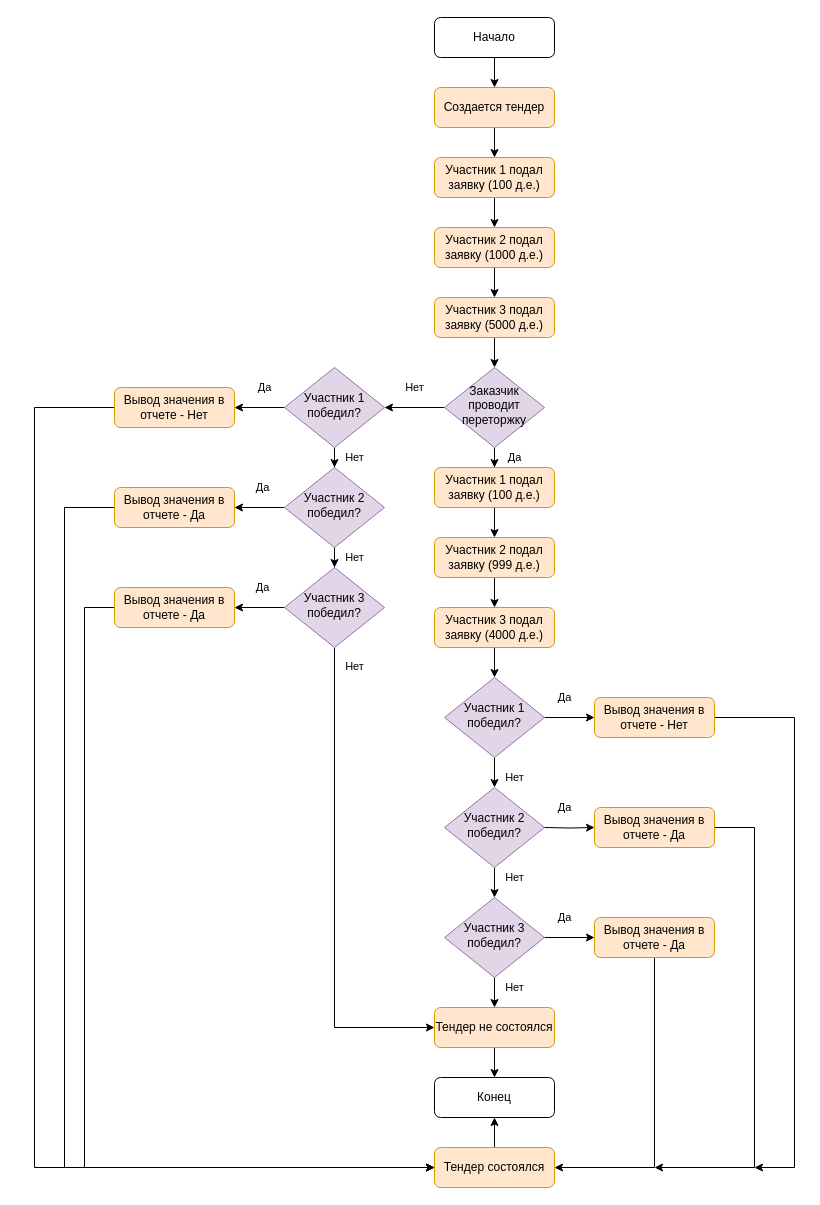
Before: Отчет с не наименьшей ценой.drawio in ru1svasin/ru1svasin, a draw.io diagram. Source tidied: cells renumbered, new cells numbered last; positions are measured from the earlier drawing's top-left corner, leaving out a move shared by most shapes. Both pictures are drawn from the tidied source at 100%, with x=0, y=0 at pixel (34, 17).
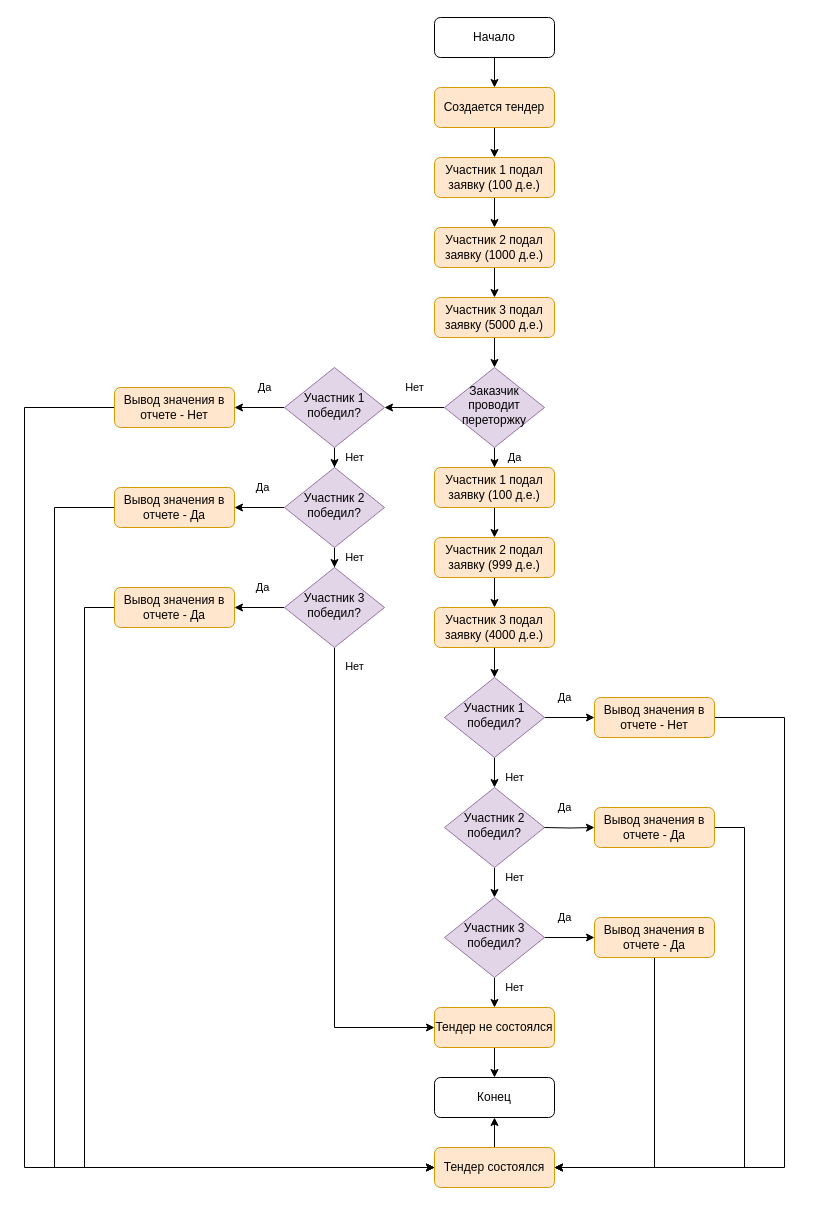
The same diagram, later.

Unchanged cells that the change refers to:
```xml
<mxCell id="33" value="Вывод значения в отчете - Нет" style="rounded=1;whiteSpace=wrap;html=1;fontSize=12;glass=0;strokeWidth=1;shadow=0;fillColor=#ffe6cc;strokeColor=#d79b00;" parent="1" vertex="1">
  <mxGeometry x="560" y="680" width="120" height="40" as="geometry" />
</mxCell>
<mxCell id="36" value="Вывод значения в отчете - Да" style="rounded=1;whiteSpace=wrap;html=1;fontSize=12;glass=0;strokeWidth=1;shadow=0;fillColor=#ffe6cc;strokeColor=#d79b00;" parent="1" vertex="1">
  <mxGeometry x="560" y="790" width="120" height="40" as="geometry" />
</mxCell>
<mxCell id="40" value="Тендер состоялся" style="rounded=1;whiteSpace=wrap;html=1;fontSize=12;glass=0;strokeWidth=1;shadow=0;fillColor=#ffe6cc;strokeColor=#d79b00;" parent="1" vertex="1">
  <mxGeometry x="400" y="1130" width="120" height="40" as="geometry" />
</mxCell>
<mxCell id="53" value="Вывод значения в отчете - Нет" style="rounded=1;whiteSpace=wrap;html=1;fontSize=12;glass=0;strokeWidth=1;shadow=0;fillColor=#ffe6cc;strokeColor=#d79b00;" parent="1" vertex="1">
  <mxGeometry x="80" y="370" width="120" height="40" as="geometry" />
</mxCell>
<mxCell id="55" value="Вывод значения в отчете - Да" style="rounded=1;whiteSpace=wrap;html=1;fontSize=12;glass=0;strokeWidth=1;shadow=0;fillColor=#ffe6cc;strokeColor=#d79b00;" parent="1" vertex="1">
  <mxGeometry x="80" y="470" width="120" height="40" as="geometry" />
</mxCell>
```

What changed in the source:
```diff
@@
-    <mxCell id="32" style="edgeStyle=orthogonalEdgeStyle;rounded=0;jettySize=auto;html=1;" parent="1" edge="1" source="33">
-      <mxGeometry relative="1" as="geometry">
-        <mxPoint x="720" y="1150" as="targetPoint" />
-        <Array as="points">
-          <mxPoint x="760" y="700" />
-          <mxPoint x="760" y="1150" />
-        </Array>
-      </mxGeometry>
-    </mxCell>
+    <mxCell id="56" style="edgeStyle=orthogonalEdgeStyle;rounded=0;jettySize=auto;html=1;entryX=1;entryY=0.5;entryDx=0;entryDy=0;" parent="1" edge="1" source="33" target="40">
+      <mxGeometry relative="1" as="geometry">
+        <Array as="points">
+          <mxPoint x="750" y="700" />
+          <mxPoint x="750" y="1150" />
+        </Array>
+      </mxGeometry>
+    </mxCell>
@@
-    <mxCell id="35" style="edgeStyle=orthogonalEdgeStyle;rounded=0;jettySize=auto;html=1;" parent="1" edge="1" source="36">
-      <mxGeometry relative="1" as="geometry">
-        <mxPoint x="620" y="1150" as="targetPoint" />
-        <Array as="points">
-          <mxPoint x="720" y="810" />
-          <mxPoint x="720" y="1150" />
-        </Array>
-      </mxGeometry>
-    </mxCell>
+    <mxCell id="57" style="edgeStyle=orthogonalEdgeStyle;rounded=0;jettySize=auto;html=1;entryX=1;entryY=0.5;entryDx=0;entryDy=0;" parent="1" edge="1" source="36" target="40">
+      <mxGeometry relative="1" as="geometry">
+        <Array as="points">
+          <mxPoint x="710" y="810" />
+          <mxPoint x="710" y="1150" />
+        </Array>
+      </mxGeometry>
+    </mxCell>
@@
     <mxCell id="52" style="edgeStyle=orthogonalEdgeStyle;rounded=0;jettySize=auto;html=1;entryX=0;entryY=0.5;entryDx=0;entryDy=0;" parent="1" edge="1" source="53" target="40">
       <mxGeometry relative="1" as="geometry">
         <Array as="points">
-          <mxPoint y="390" />
-          <mxPoint y="1150" />
+          <mxPoint x="-10" y="390" />
+          <mxPoint x="-10" y="1150" />
         </Array>
       </mxGeometry>
     </mxCell>
@@
     <mxCell id="54" style="edgeStyle=orthogonalEdgeStyle;rounded=0;jettySize=auto;html=1;entryX=0;entryY=0.5;entryDx=0;entryDy=0;" parent="1" edge="1" source="55" target="40">
       <mxGeometry relative="1" as="geometry">
         <Array as="points">
-          <mxPoint x="30" y="490" />
-          <mxPoint x="30" y="1150" />
+          <mxPoint x="20" y="490" />
+          <mxPoint x="20" y="1150" />
         </Array>
       </mxGeometry>
     </mxCell>
```
